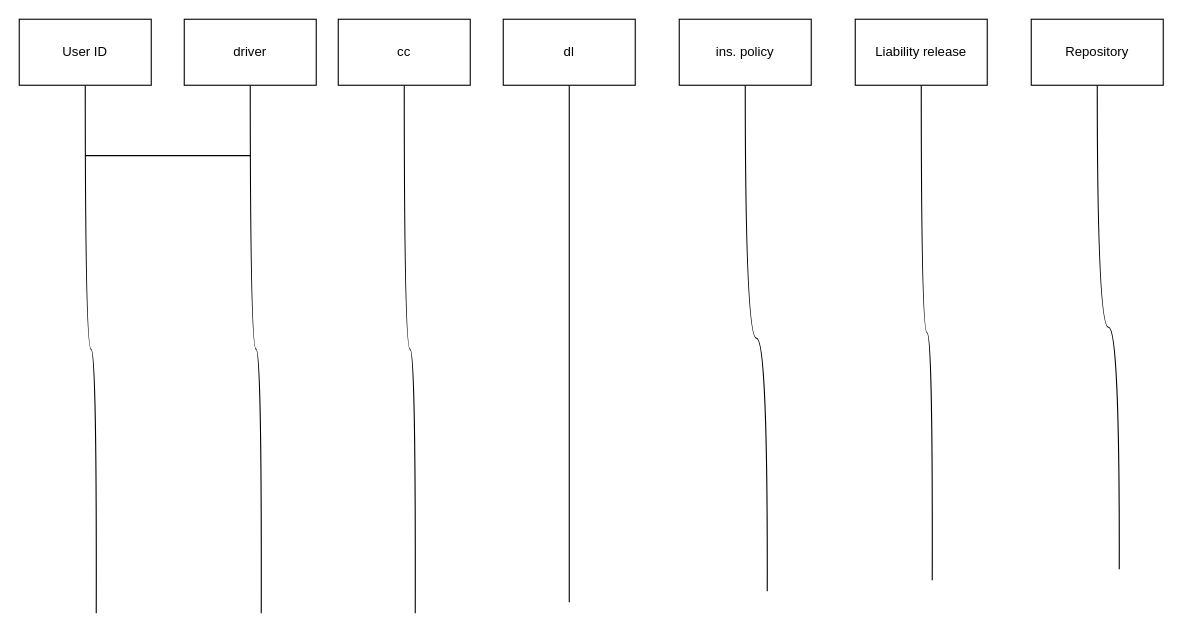
Earlier version of the draw.io diagram Design Model for use case rental Diagram.drawio (smartijo/CISC201draw). Source tidied: cells renumbered, new cells numbered last; positions are measured from the earlier drawing's top-left corner, leaving out a move shared by most shapes. Both pictures are drawn from the tidied source at 110%, with x=0, y=0 at pixel (19, 19).
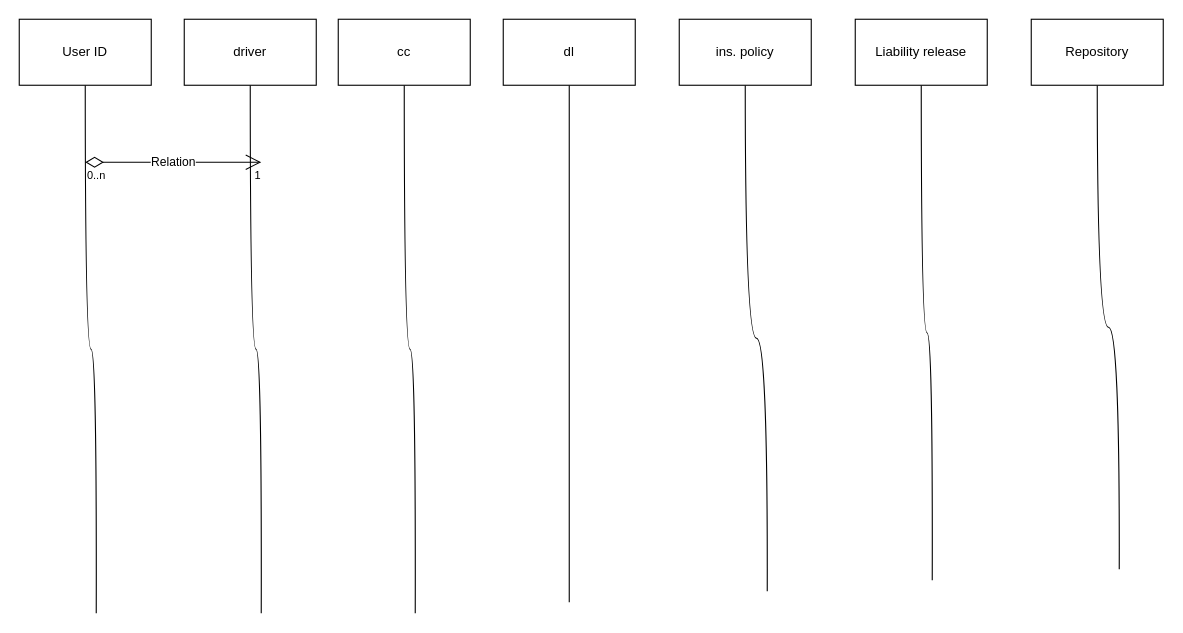
The same diagram, later.

Diff of the diagram source:
```diff
@@
-    <mxCell id="16" style="line;strokeWidth=1;fillColor=none;align=left;verticalAlign=middle;spacingTop=-1;spacingLeft=3;spacingRight=3;labelPosition=right;" parent="1" vertex="1">
-      <mxGeometry x="60" y="120" width="150" height="8" as="geometry" />
-    </mxCell>
+    <mxCell id="17" value="Relation" style="endArrow=open;html=1;endSize=12;startArrow=diamondThin;startSize=14;startFill=0;edgeStyle=orthogonalEdgeStyle;" parent="1" edge="1">
+      <mxGeometry relative="1" as="geometry">
+        <mxPoint x="60" y="130" as="sourcePoint" />
+        <mxPoint x="220" y="130" as="targetPoint" />
+      </mxGeometry>
+    </mxCell>
+    <mxCell id="18" value="0..n" style="html=1;align=left;verticalAlign=top;labelBackgroundColor=#ffffff;fontSize=10;" parent="17" vertex="1">
+      <mxGeometry x="-1" relative="1" as="geometry" />
+    </mxCell>
+    <mxCell id="19" value="1" style="html=1;align=right;verticalAlign=top;labelBackgroundColor=#ffffff;fontSize=10;" parent="17" vertex="1">
+      <mxGeometry x="1" relative="1" as="geometry" />
+    </mxCell>
```
